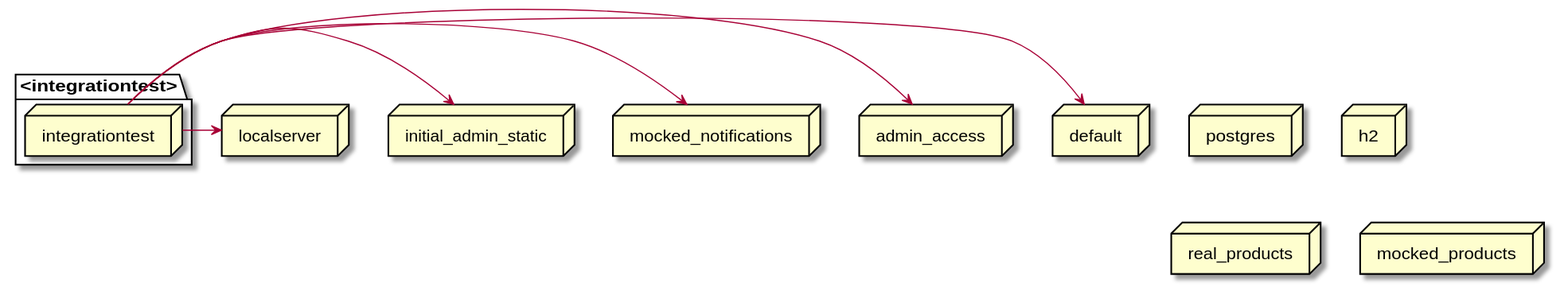
Above: docs/latest/images/gen_springprofiles-integrationtest.svg in mercedes-benz/sechub (PlantUML), before the change.
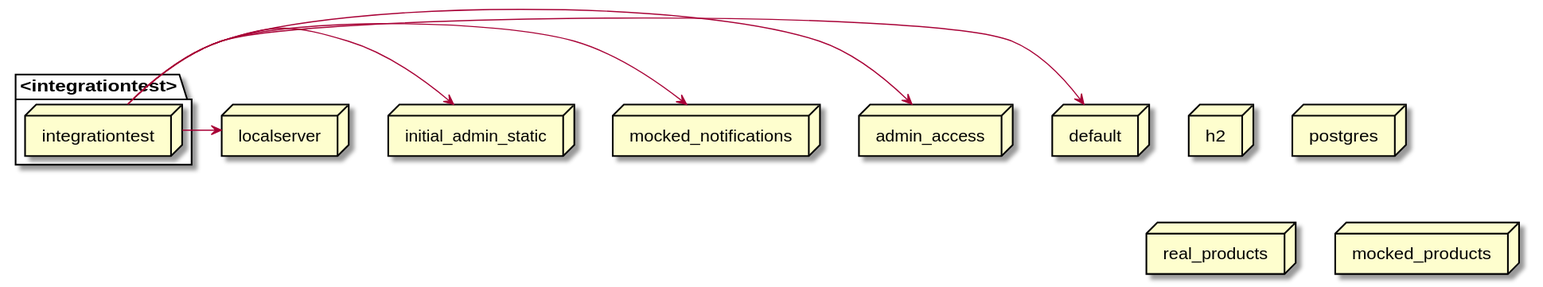
Later version of the same file.

Change to the diagram source:
```diff
@@ -1,16 +1,16 @@
 @startuml
+node h2
 node postgres
 package <integrationtest>{
    node integrationtest
 }
+node real_products
+node initial_admin_static
+node localserver
+node default
+node admin_access
+node mocked_products
 node mocked_notifications
-node admin_access
-node h2
-node localserver
-node real_products
-node mocked_products
-node default
-node initial_admin_static
 integrationtest -> localserver
 integrationtest -> initial_admin_static
 integrationtest -> mocked_notifications
```
